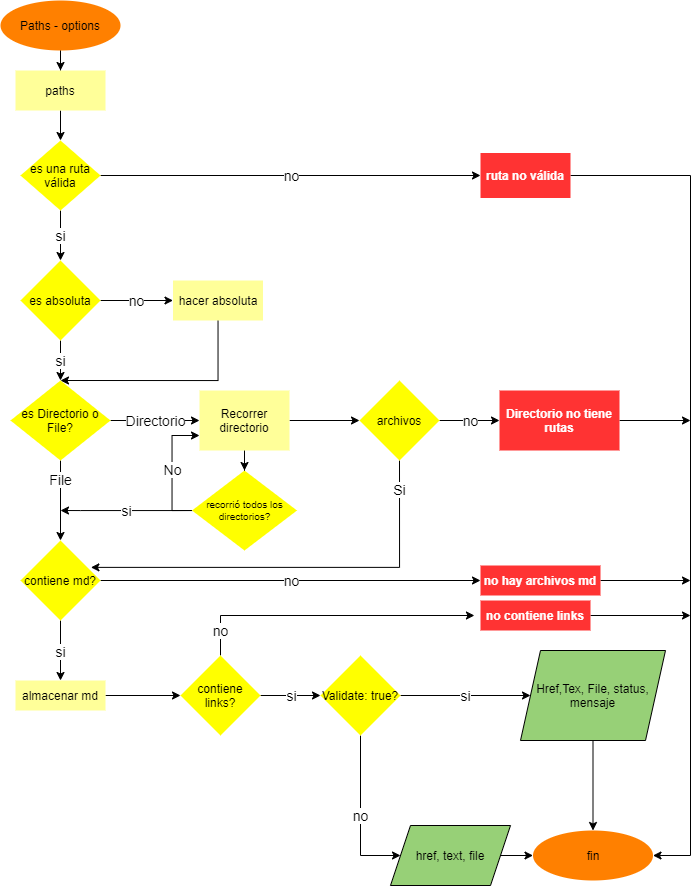
Earlier version of the draw.io export src/pictures/diagrama_API.png (Laboratoria/LIM015-md-links). Source tidied: cells renumbered, new cells last; positions are measured from the earlier drawing's top-left corner, leaving out a move shared by most shapes.
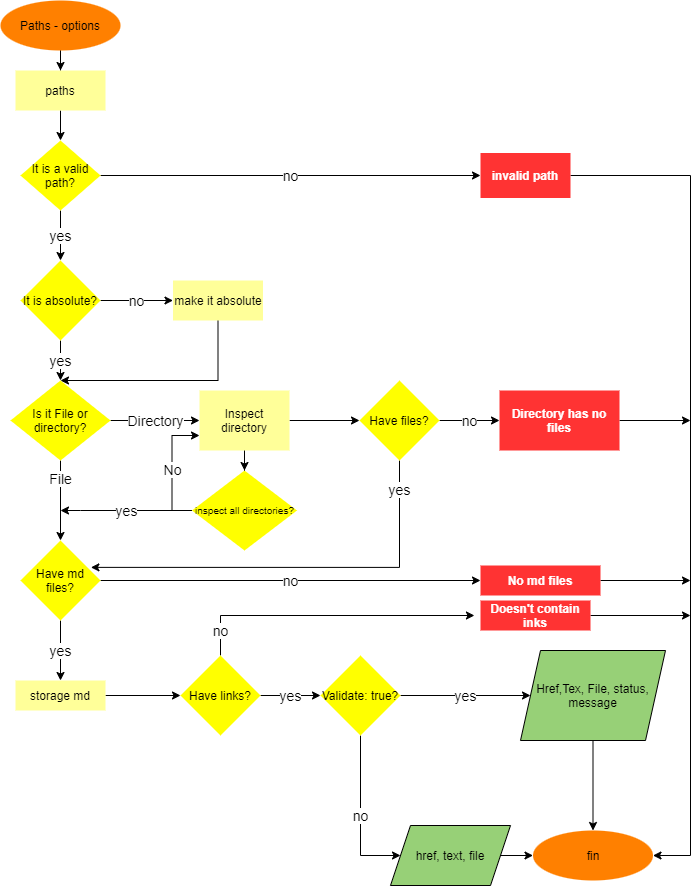
Above is the later version.

Commit message:
change made it to function md link, correction of test, modified diagrams

Change to the diagram source:
```diff
@@ -17,10 +17,10 @@
     <mxCell id="6" value="no" style="edgeStyle=orthogonalEdgeStyle;rounded=0;jettySize=auto;html=1;fontSize=14;" parent="1" edge="1" source="8" target="10">
       <mxGeometry relative="1" as="geometry" />
     </mxCell>
-    <mxCell id="7" value="si" style="edgeStyle=orthogonalEdgeStyle;rounded=0;jettySize=auto;html=1;fontSize=14;" parent="1" edge="1" source="8" target="18">
+    <mxCell id="7" value="yes" style="edgeStyle=orthogonalEdgeStyle;rounded=0;jettySize=auto;html=1;fontSize=14;" parent="1" edge="1" source="8" target="18">
       <mxGeometry relative="1" as="geometry" />
     </mxCell>
-    <mxCell id="8" value="es absoluta" style="rhombus;whiteSpace=wrap;html=1;strokeColor=none;fillColor=#FFFF00;" parent="1" vertex="1">
+    <mxCell id="8" value="It is absolute?" style="rhombus;whiteSpace=wrap;html=1;strokeColor=none;fillColor=#FFFF00;" parent="1" vertex="1">
       <mxGeometry x="20" y="260" width="80" height="80" as="geometry" />
     </mxCell>
     <mxCell id="9" style="edgeStyle=orthogonalEdgeStyle;rounded=0;jumpSize=6;jettySize=auto;html=1;fontSize=14;fontColor=none;entryX=0.5;entryY=0;entryDx=0;entryDy=0;" parent="1" edge="1" source="10" target="18">
@@ -30,7 +30,7 @@
         </Array>
       </mxGeometry>
     </mxCell>
-    <mxCell id="10" value="&lt;font color=&quot;#000000&quot;&gt;hacer absoluta&lt;/font&gt;" style="whiteSpace=wrap;html=1;fontColor=#000000;strokeColor=none;fillColor=#FFFF99;" parent="1" vertex="1">
+    <mxCell id="10" value="make it absolute" style="whiteSpace=wrap;html=1;fontColor=#000000;strokeColor=none;fillColor=#FFFF99;" parent="1" vertex="1">
       <mxGeometry x="172.5" y="280" width="90" height="40" as="geometry" />
     </mxCell>
     <mxCell id="11" style="edgeStyle=orthogonalEdgeStyle;rounded=0;jettySize=auto;html=1;entryX=1;entryY=0.5;entryDx=0;entryDy=0;" parent="1" edge="1" source="12" target="47">
@@ -41,50 +41,50 @@
         </Array>
       </mxGeometry>
     </mxCell>
-    <mxCell id="12" value="&lt;font color=&quot;#ffffff&quot;&gt;&lt;b&gt;ruta no válida&lt;/b&gt;&lt;/font&gt;" style="rounded=0;whiteSpace=wrap;html=1;fillColor=#FF3333;strokeColor=none;" parent="1" vertex="1">
+    <mxCell id="12" value="&lt;font color=&quot;#ffffff&quot;&gt;&lt;b&gt;invalid path&lt;/b&gt;&lt;/font&gt;" style="rounded=0;whiteSpace=wrap;html=1;fillColor=#FF3333;strokeColor=none;" parent="1" vertex="1">
       <mxGeometry x="480" y="152.5" width="90" height="45" as="geometry" />
     </mxCell>
     <mxCell id="13" value="no" style="edgeStyle=orthogonalEdgeStyle;rounded=0;jettySize=auto;html=1;fontSize=14;" parent="1" edge="1" source="15" target="12">
       <mxGeometry relative="1" as="geometry" />
     </mxCell>
-    <mxCell id="14" value="si" style="edgeStyle=orthogonalEdgeStyle;rounded=0;jettySize=auto;html=1;fontSize=14;" parent="1" edge="1" source="15" target="8">
+    <mxCell id="14" value="yes" style="edgeStyle=orthogonalEdgeStyle;rounded=0;jettySize=auto;html=1;fontSize=14;" parent="1" edge="1" source="15" target="8">
       <mxGeometry relative="1" as="geometry" />
     </mxCell>
-    <mxCell id="15" value="es una ruta válida" style="rhombus;whiteSpace=wrap;html=1;strokeColor=none;fillColor=#FFFF00;" parent="1" vertex="1">
+    <mxCell id="15" value="It is a valid path?" style="rhombus;whiteSpace=wrap;html=1;strokeColor=none;fillColor=#FFFF00;" parent="1" vertex="1">
       <mxGeometry x="20" y="140" width="80" height="70" as="geometry" />
     </mxCell>
-    <mxCell id="16" value="Directorio" style="edgeStyle=orthogonalEdgeStyle;rounded=0;jettySize=auto;html=1;fontSize=14;entryX=0;entryY=0.5;entryDx=0;entryDy=0;" parent="1" edge="1" source="18" target="37">
+    <mxCell id="16" value="Directory" style="edgeStyle=orthogonalEdgeStyle;rounded=0;jettySize=auto;html=1;fontSize=14;entryX=0;entryY=0.5;entryDx=0;entryDy=0;" parent="1" edge="1" source="18" target="37">
       <mxGeometry relative="1" as="geometry" />
     </mxCell>
     <mxCell id="17" value="File" style="edgeStyle=orthogonalEdgeStyle;rounded=0;jettySize=auto;html=1;exitX=0.5;exitY=1;exitDx=0;exitDy=0;fontSize=14;entryX=0.5;entryY=0;entryDx=0;entryDy=0;" parent="1" edge="1" source="18" target="24">
       <mxGeometry x="-0.54" relative="1" as="geometry" />
     </mxCell>
-    <mxCell id="18" value="es Directorio o File?" style="rhombus;whiteSpace=wrap;html=1;strokeColor=none;fillColor=#FFFF00;" parent="1" vertex="1">
+    <mxCell id="18" value="Is it File or directory?" style="rhombus;whiteSpace=wrap;html=1;strokeColor=none;fillColor=#FFFF00;" parent="1" vertex="1">
       <mxGeometry x="10" y="380" width="100" height="80" as="geometry" />
     </mxCell>
     <mxCell id="19" value="no" style="edgeStyle=orthogonalEdgeStyle;rounded=0;jumpSize=6;jettySize=auto;html=1;fontSize=14;" parent="1" edge="1" source="21" target="39">
       <mxGeometry relative="1" as="geometry" />
     </mxCell>
-    <mxCell id="20" value="Si" style="edgeStyle=orthogonalEdgeStyle;rounded=0;jettySize=auto;html=1;exitX=0.5;exitY=1;exitDx=0;exitDy=0;fontSize=14;entryX=0.88;entryY=0.336;entryDx=0;entryDy=0;entryPerimeter=0;" parent="1" edge="1" source="21" target="24">
+    <mxCell id="20" value="yes" style="edgeStyle=orthogonalEdgeStyle;rounded=0;jettySize=auto;html=1;exitX=0.5;exitY=1;exitDx=0;exitDy=0;fontSize=14;entryX=0.88;entryY=0.336;entryDx=0;entryDy=0;entryPerimeter=0;" parent="1" edge="1" source="21" target="24">
       <mxGeometry x="-0.86" relative="1" as="geometry">
         <Array as="points">
           <mxPoint x="399" y="567" />
         </Array>
       </mxGeometry>
     </mxCell>
-    <mxCell id="21" value="archivos" style="rhombus;whiteSpace=wrap;html=1;strokeColor=none;fillColor=#FFFF00;" parent="1" vertex="1">
+    <mxCell id="21" value="Have files?" style="rhombus;whiteSpace=wrap;html=1;strokeColor=none;fillColor=#FFFF00;" parent="1" vertex="1">
       <mxGeometry x="359" y="380" width="80" height="80" as="geometry" />
     </mxCell>
     <mxCell id="22" value="no" style="edgeStyle=orthogonalEdgeStyle;rounded=0;jumpSize=6;jettySize=auto;html=1;fontSize=14;" parent="1" edge="1" source="24" target="29">
       <mxGeometry relative="1" as="geometry" />
     </mxCell>
-    <mxCell id="23" value="si" style="edgeStyle=orthogonalEdgeStyle;rounded=0;jettySize=auto;html=1;fontSize=14;" parent="1" edge="1" source="24" target="31">
+    <mxCell id="23" value="yes" style="edgeStyle=orthogonalEdgeStyle;rounded=0;jettySize=auto;html=1;fontSize=14;" parent="1" edge="1" source="24" target="31">
       <mxGeometry relative="1" as="geometry" />
     </mxCell>
-    <mxCell id="24" value="contiene md?" style="rhombus;whiteSpace=wrap;html=1;strokeColor=none;fillColor=#FFFF00;" parent="1" vertex="1">
+    <mxCell id="24" value="Have md files?" style="rhombus;whiteSpace=wrap;html=1;strokeColor=none;fillColor=#FFFF00;" parent="1" vertex="1">
       <mxGeometry x="20" y="540" width="80" height="80" as="geometry" />
     </mxCell>
-    <mxCell id="25" value="si" style="edgeStyle=orthogonalEdgeStyle;rounded=0;jumpSize=6;jettySize=auto;html=1;fontSize=14;fontColor=#000000;" parent="1" edge="1" source="27">
+    <mxCell id="25" value="yes" style="edgeStyle=orthogonalEdgeStyle;rounded=0;jumpSize=6;jettySize=auto;html=1;fontSize=14;fontColor=#000000;" parent="1" edge="1" source="27">
       <mxGeometry relative="1" as="geometry">
         <mxPoint x="60" y="510" as="targetPoint" />
         <Array as="points">
@@ -95,7 +95,7 @@
     <mxCell id="26" value="No" style="edgeStyle=orthogonalEdgeStyle;rounded=0;jettySize=auto;html=1;exitX=0;exitY=0.5;exitDx=0;exitDy=0;entryX=0;entryY=0.75;entryDx=0;entryDy=0;fontSize=14;" parent="1" edge="1" source="27" target="37">
       <mxGeometry relative="1" as="geometry" />
     </mxCell>
-    <mxCell id="27" value="recorrió todos los directorios?" style="rhombus;whiteSpace=wrap;html=1;fontSize=10;strokeColor=none;fillColor=#FFFF00;" parent="1" vertex="1">
+    <mxCell id="27" value="inspect all directories?" style="rhombus;whiteSpace=wrap;html=1;fontSize=10;strokeColor=none;fillColor=#FFFF00;" parent="1" vertex="1">
       <mxGeometry x="191.5" y="470" width="105" height="80" as="geometry" />
     </mxCell>
     <mxCell id="28" style="edgeStyle=orthogonalEdgeStyle;rounded=0;jettySize=auto;html=1;" parent="1" edge="1" source="29">
@@ -103,7 +103,7 @@
         <mxPoint x="690" y="580" as="targetPoint" />
       </mxGeometry>
     </mxCell>
-    <mxCell id="29" value="&lt;font color=&quot;#ffffff&quot;&gt;&lt;b&gt;no hay archivos md&lt;/b&gt;&lt;/font&gt;" style="whiteSpace=wrap;html=1;fontColor=#000000;rounded=0;strokeColor=none;fillColor=#FF3333;" parent="1" vertex="1">
+    <mxCell id="29" value="&lt;font color=&quot;#ffffff&quot;&gt;&lt;b&gt;No md files&lt;/b&gt;&lt;/font&gt;" style="whiteSpace=wrap;html=1;fontColor=#000000;rounded=0;strokeColor=none;fillColor=#FF3333;" parent="1" vertex="1">
       <mxGeometry x="480" y="565" width="120" height="30" as="geometry" />
     </mxCell>
     <mxCell id="30" style="edgeStyle=orthogonalEdgeStyle;rounded=0;jumpSize=6;jettySize=auto;html=1;fontSize=14;" parent="1" edge="1" source="31" target="34">
@@ -113,10 +113,10 @@
         </Array>
       </mxGeometry>
     </mxCell>
-    <mxCell id="31" value="almacenar md" style="whiteSpace=wrap;html=1;strokeColor=none;fillColor=#FFFF99;" parent="1" vertex="1">
+    <mxCell id="31" value="storage md" style="whiteSpace=wrap;html=1;strokeColor=none;fillColor=#FFFF99;" parent="1" vertex="1">
       <mxGeometry x="15" y="680" width="90" height="30" as="geometry" />
     </mxCell>
-    <mxCell id="32" value="si" style="edgeStyle=orthogonalEdgeStyle;rounded=0;jumpSize=6;jettySize=auto;html=1;fontSize=14;fontColor=#000000;" parent="1" edge="1" source="34" target="42">
+    <mxCell id="32" value="yes" style="edgeStyle=orthogonalEdgeStyle;rounded=0;jumpSize=6;jettySize=auto;html=1;fontSize=14;fontColor=#000000;" parent="1" edge="1" source="34" target="42">
       <mxGeometry relative="1" as="geometry" />
     </mxCell>
     <mxCell id="33" value="no" style="edgeStyle=orthogonalEdgeStyle;rounded=0;jettySize=auto;html=1;exitX=0.5;exitY=0;exitDx=0;exitDy=0;entryX=-0.055;entryY=0.5;entryDx=0;entryDy=0;entryPerimeter=0;fontSize=14;" parent="1" edge="1" source="34" target="49">
@@ -126,7 +126,7 @@
         </Array>
       </mxGeometry>
     </mxCell>
-    <mxCell id="34" value="contiene links?" style="rhombus;whiteSpace=wrap;html=1;strokeColor=none;fillColor=#FFFF00;" parent="1" vertex="1">
+    <mxCell id="34" value="Have links?" style="rhombus;whiteSpace=wrap;html=1;strokeColor=none;fillColor=#FFFF00;" parent="1" vertex="1">
       <mxGeometry x="180" y="655" width="80" height="80" as="geometry" />
     </mxCell>
     <mxCell id="35" style="edgeStyle=orthogonalEdgeStyle;rounded=0;jumpSize=6;jettySize=auto;html=1;fontSize=14;" parent="1" edge="1" source="37" target="21">
@@ -137,7 +137,7 @@
         <mxPoint x="244" y="470" as="targetPoint" />
       </mxGeometry>
     </mxCell>
-    <mxCell id="37" value="Recorrer directorio" style="whiteSpace=wrap;html=1;fontSize=12;strokeColor=none;fillColor=#FFFF99;" parent="1" vertex="1">
+    <mxCell id="37" value="Inspect directory" style="whiteSpace=wrap;html=1;fontSize=12;strokeColor=none;fillColor=#FFFF99;" parent="1" vertex="1">
       <mxGeometry x="199" y="390" width="90" height="60" as="geometry" />
     </mxCell>
     <mxCell id="38" style="edgeStyle=orthogonalEdgeStyle;rounded=0;jettySize=auto;html=1;" parent="1" edge="1" source="39">
@@ -145,10 +145,10 @@
         <mxPoint x="690" y="420" as="targetPoint" />
       </mxGeometry>
     </mxCell>
-    <mxCell id="39" value="&lt;font color=&quot;#ffffff&quot;&gt;&lt;b&gt;Directorio no tiene rutas&lt;/b&gt;&lt;/font&gt;" style="whiteSpace=wrap;html=1;fontColor=#000000;rounded=0;fillColor=#FF3333;strokeColor=none;" parent="1" vertex="1">
+    <mxCell id="39" value="&lt;font color=&quot;#ffffff&quot;&gt;&lt;b&gt;Directory has no files&lt;/b&gt;&lt;/font&gt;" style="whiteSpace=wrap;html=1;fontColor=#000000;rounded=0;fillColor=#FF3333;strokeColor=none;" parent="1" vertex="1">
       <mxGeometry x="499" y="390" width="120" height="60" as="geometry" />
     </mxCell>
-    <mxCell id="40" value="si" style="edgeStyle=orthogonalEdgeStyle;rounded=0;jumpSize=6;jettySize=auto;html=1;fontSize=14;fontColor=#000000;" parent="1" edge="1" source="42" target="44">
+    <mxCell id="40" value="yes" style="edgeStyle=orthogonalEdgeStyle;rounded=0;jumpSize=6;jettySize=auto;html=1;fontSize=14;fontColor=#000000;" parent="1" edge="1" source="42" target="44">
       <mxGeometry relative="1" as="geometry" />
     </mxCell>
     <mxCell id="41" value="no" style="edgeStyle=orthogonalEdgeStyle;rounded=0;jumpSize=6;jettySize=auto;html=1;fontSize=14;fontColor=#000000;" parent="1" edge="1" source="42" target="46">
@@ -164,7 +164,7 @@
     <mxCell id="43" style="edgeStyle=orthogonalEdgeStyle;rounded=0;jumpSize=6;jettySize=auto;html=1;fontSize=14;fontColor=none;" parent="1" edge="1" source="44" target="47">
       <mxGeometry relative="1" as="geometry" />
     </mxCell>
-    <mxCell id="44" value="Href,Tex, File, status, mensaje" style="shape=parallelogram;perimeter=parallelogramPerimeter;whiteSpace=wrap;html=1;fixedSize=1;fillColor=#97D077;" parent="1" vertex="1">
+    <mxCell id="44" value="Href,Tex, File, status, message" style="shape=parallelogram;perimeter=parallelogramPerimeter;whiteSpace=wrap;html=1;fixedSize=1;fillColor=#97D077;" parent="1" vertex="1">
       <mxGeometry x="520" y="650" width="145" height="90" as="geometry" />
     </mxCell>
     <mxCell id="45" style="edgeStyle=orthogonalEdgeStyle;rounded=0;jumpSize=6;jettySize=auto;html=1;entryX=0;entryY=0.5;entryDx=0;entryDy=0;fontSize=14;fontColor=none;" parent="1" edge="1" source="46" target="47">
@@ -181,7 +181,7 @@
         <mxPoint x="690" y="615" as="targetPoint" />
       </mxGeometry>
     </mxCell>
-    <mxCell id="49" value="&lt;font color=&quot;#ffffff&quot;&gt;&lt;b&gt;no contiene links&lt;/b&gt;&lt;/font&gt;" style="whiteSpace=wrap;html=1;fontColor=#000000;rounded=0;strokeColor=none;fillColor=#FF3333;" parent="1" vertex="1">
+    <mxCell id="49" value="&lt;font color=&quot;#ffffff&quot;&gt;&lt;b&gt;Doesn't contain inks&lt;/b&gt;&lt;/font&gt;" style="whiteSpace=wrap;html=1;fontColor=#000000;rounded=0;strokeColor=none;fillColor=#FF3333;" parent="1" vertex="1">
       <mxGeometry x="480" y="600" width="110" height="30" as="geometry" />
     </mxCell>
   </root>
```
